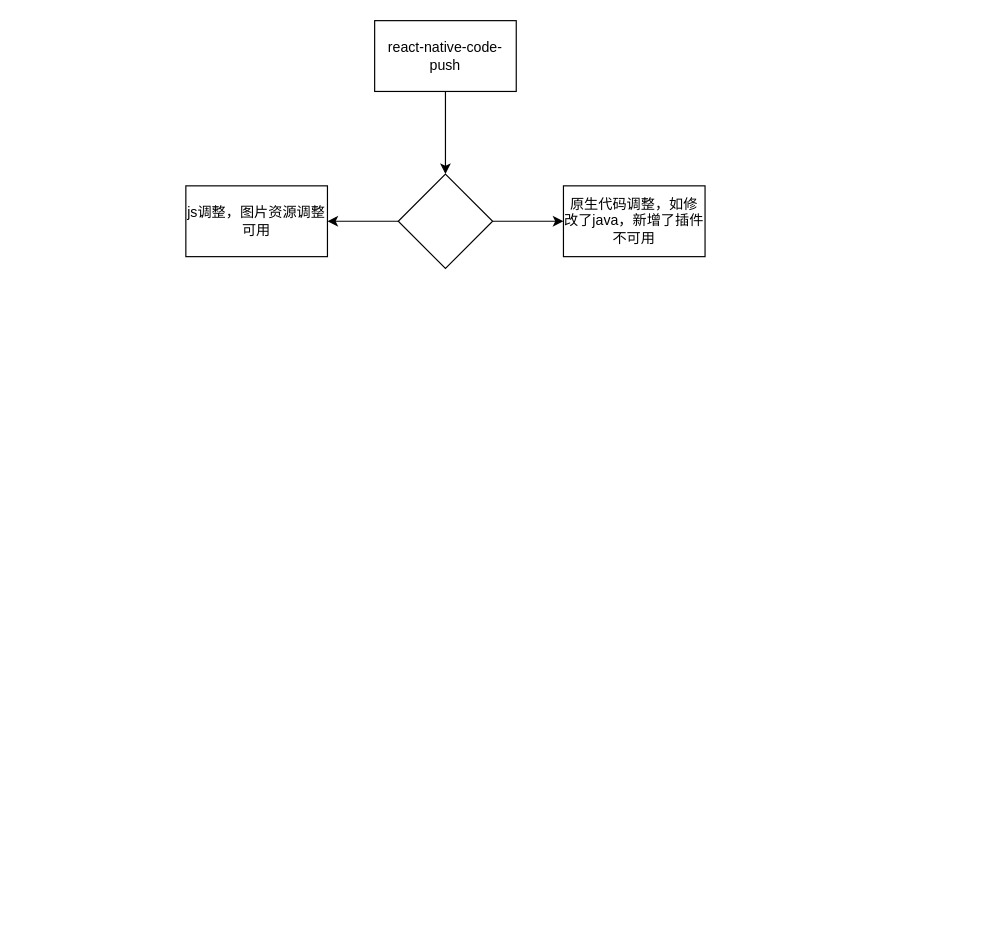
Before: rn.drawio in tangme/flowchart, a draw.io diagram. Source tidied: cells renumbered, new cells numbered last; positions are measured from the earlier drawing's top-left corner, leaving out a move shared by most shapes. Both pictures are drawn from the tidied source at 118%, with x=0, y=0 at pixel (185, 20).
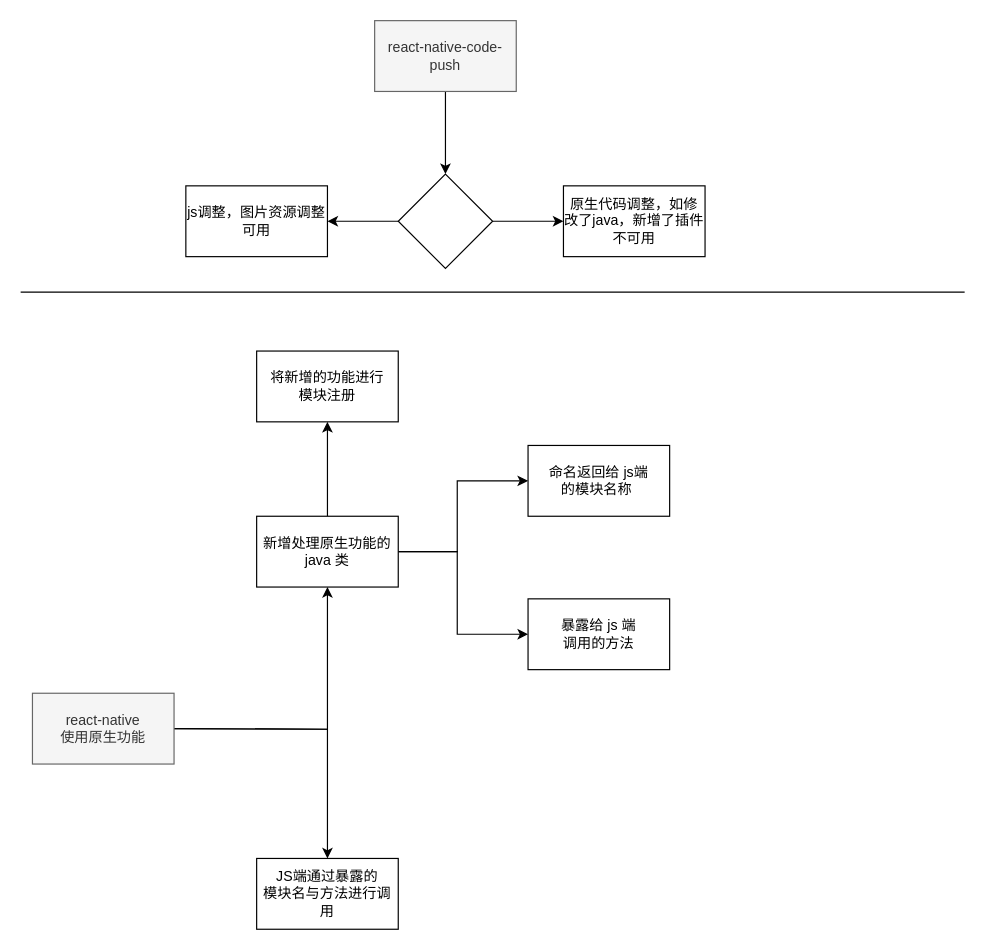
Above is the later version.

What changed in the source:
```diff
@@
-    <mxCell id="3" value="react-native-code-push" style="rounded=0;whiteSpace=wrap;html=1;" parent="1" vertex="1">
+    <mxCell id="3" value="react-native-code-push" style="rounded=0;whiteSpace=wrap;html=1;fillColor=#f5f5f5;fontColor=#333333;strokeColor=#666666;" parent="1" vertex="1">
       <mxGeometry x="160" width="120" height="60" as="geometry" />
     </mxCell>
@@
+    <mxCell id="9" style="edgeStyle=orthogonalEdgeStyle;rounded=0;jettySize=auto;html=1;" parent="1" edge="1" target="15">
+      <mxGeometry relative="1" as="geometry">
+        <mxPoint x="-10" y="600" as="sourcePoint" />
+      </mxGeometry>
+    </mxCell>
+    <mxCell id="10" style="edgeStyle=orthogonalEdgeStyle;rounded=0;jettySize=auto;html=1;" parent="1" edge="1" target="16">
+      <mxGeometry relative="1" as="geometry">
+        <mxPoint x="-10" y="600" as="sourcePoint" />
+      </mxGeometry>
+    </mxCell>
+    <mxCell id="11" value="react-native&lt;br&gt;使用原生功能" style="rounded=0;whiteSpace=wrap;html=1;fillColor=#f5f5f5;fontColor=#333333;strokeColor=#666666;" parent="1" vertex="1">
+      <mxGeometry x="-130" y="570" width="120" height="60" as="geometry" />
+    </mxCell>
+    <mxCell id="12" style="edgeStyle=orthogonalEdgeStyle;rounded=0;jettySize=auto;html=1;" parent="1" edge="1" source="15" target="17">
+      <mxGeometry relative="1" as="geometry">
+        <Array as="points">
+          <mxPoint x="230" y="450" />
+          <mxPoint x="230" y="390" />
+        </Array>
+      </mxGeometry>
+    </mxCell>
+    <mxCell id="13" style="edgeStyle=orthogonalEdgeStyle;rounded=0;jettySize=auto;html=1;" parent="1" edge="1" source="15" target="18">
+      <mxGeometry relative="1" as="geometry">
+        <Array as="points">
+          <mxPoint x="230" y="450" />
+          <mxPoint x="230" y="520" />
+        </Array>
+      </mxGeometry>
+    </mxCell>
+    <mxCell id="14" style="edgeStyle=orthogonalEdgeStyle;rounded=0;jettySize=auto;html=1;" parent="1" edge="1" source="15" target="20">
+      <mxGeometry relative="1" as="geometry" />
+    </mxCell>
+    <mxCell id="15" value="新增处理原生功能的&lt;br&gt;java 类" style="rounded=0;whiteSpace=wrap;html=1;" parent="1" vertex="1">
+      <mxGeometry x="60" y="420" width="120" height="60" as="geometry" />
+    </mxCell>
+    <mxCell id="16" value="JS端通过暴露的&lt;br&gt;模块名与方法进行调用" style="whiteSpace=wrap;html=1;rounded=0;" parent="1" vertex="1">
+      <mxGeometry x="60" y="710" width="120" height="60" as="geometry" />
+    </mxCell>
+    <mxCell id="17" value="命名返回给 js端&lt;br&gt;的模块名称&amp;nbsp;" style="whiteSpace=wrap;html=1;rounded=0;" parent="1" vertex="1">
+      <mxGeometry x="290" y="360" width="120" height="60" as="geometry" />
+    </mxCell>
+    <mxCell id="18" value="暴露给 js 端&lt;br&gt;调用的方法" style="whiteSpace=wrap;html=1;rounded=0;" parent="1" vertex="1">
+      <mxGeometry x="290" y="490" width="120" height="60" as="geometry" />
+    </mxCell>
+    <mxCell id="19" style="endArrow=none;html=1;rounded=0;" parent="1" edge="1">
+      <mxGeometry relative="1" as="geometry">
+        <mxPoint x="-140" y="230" as="sourcePoint" />
+        <mxPoint x="660" y="230" as="targetPoint" />
+      </mxGeometry>
+    </mxCell>
+    <mxCell id="20" value="将新增的功能进行&lt;br&gt;模块注册&lt;br&gt;" style="whiteSpace=wrap;html=1;rounded=0;" parent="1" vertex="1">
+      <mxGeometry x="60" y="280" width="120" height="60" as="geometry" />
+    </mxCell>
```
